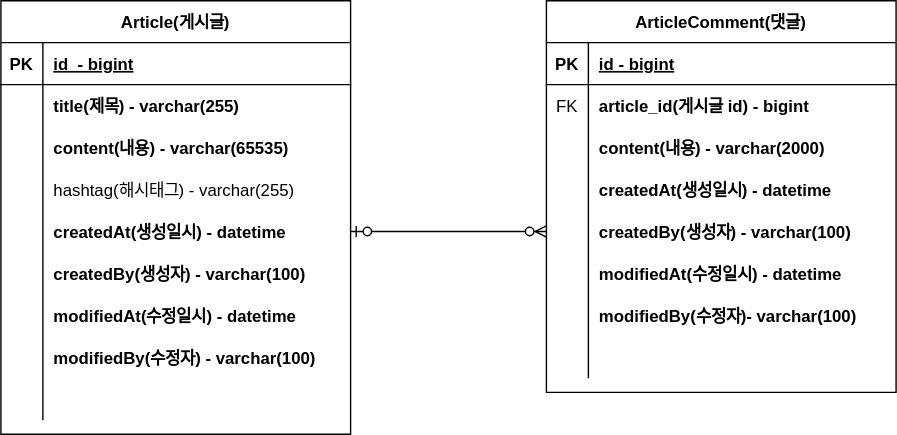
Before: document/Board Project ERD.drawio.svg, a diagram exported from draw.io (junmo95/Board_Project_Practice). Source tidied: cells renumbered, new cells last; positions are measured from the earlier drawing's top-left corner, leaving out a move shared by most shapes.
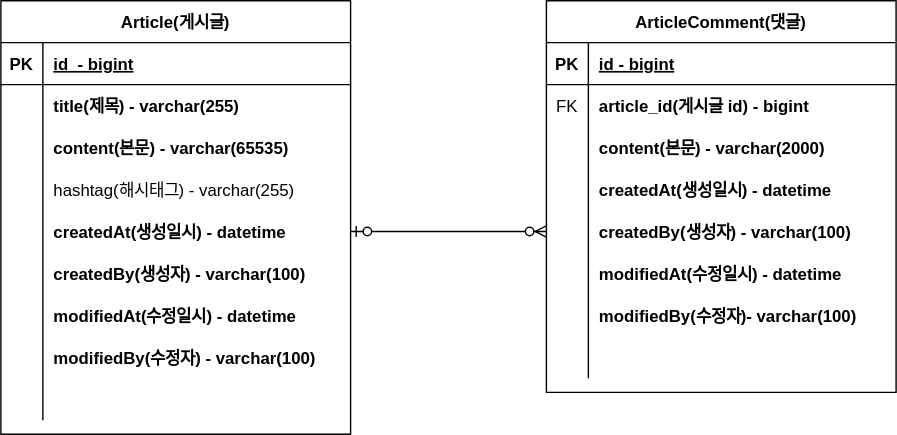
The same diagram one commit later.

The edit, as a diff of the source:
```diff
@@ -29,7 +29,7 @@
     <mxCell id="10" style="shape=partialRectangle;overflow=hidden;fillColor=none;top=0;left=0;bottom=0;right=0;" parent="9" vertex="1">
       <mxGeometry width="30" height="30" as="geometry" />
     </mxCell>
-    <mxCell id="11" value="content(내용) - varchar(65535)" style="shape=partialRectangle;overflow=hidden;fillColor=none;top=0;left=0;bottom=0;right=0;align=left;spacingLeft=6;fontStyle=1;" parent="9" vertex="1">
+    <mxCell id="11" value="content(본문) - varchar(65535)" style="shape=partialRectangle;overflow=hidden;fillColor=none;top=0;left=0;bottom=0;right=0;align=left;spacingLeft=6;fontStyle=1;" parent="9" vertex="1">
       <mxGeometry x="30" width="220" height="30" as="geometry" />
     </mxCell>
     <mxCell id="12" style="shape=partialRectangle;fillColor=none;top=0;left=0;right=0;bottom=0;" parent="2" vertex="1">
@@ -113,7 +113,7 @@
     <mxCell id="38" style="shape=partialRectangle;overflow=hidden;fillColor=none;top=0;left=0;bottom=0;right=0;" parent="37" vertex="1">
       <mxGeometry width="30" height="30" as="geometry" />
     </mxCell>
-    <mxCell id="39" value="content(내용) - varchar(2000)" style="shape=partialRectangle;overflow=hidden;fillColor=none;top=0;left=0;bottom=0;right=0;align=left;spacingLeft=6;fontStyle=1;" parent="37" vertex="1">
+    <mxCell id="39" value="content(본문) - varchar(2000)" style="shape=partialRectangle;overflow=hidden;fillColor=none;top=0;left=0;bottom=0;right=0;align=left;spacingLeft=6;fontStyle=1;" parent="37" vertex="1">
       <mxGeometry x="30" width="220" height="30" as="geometry" />
     </mxCell>
     <mxCell id="40" style="shape=partialRectangle;fillColor=none;top=0;left=0;right=0;bottom=0;" parent="30" vertex="1">
```
